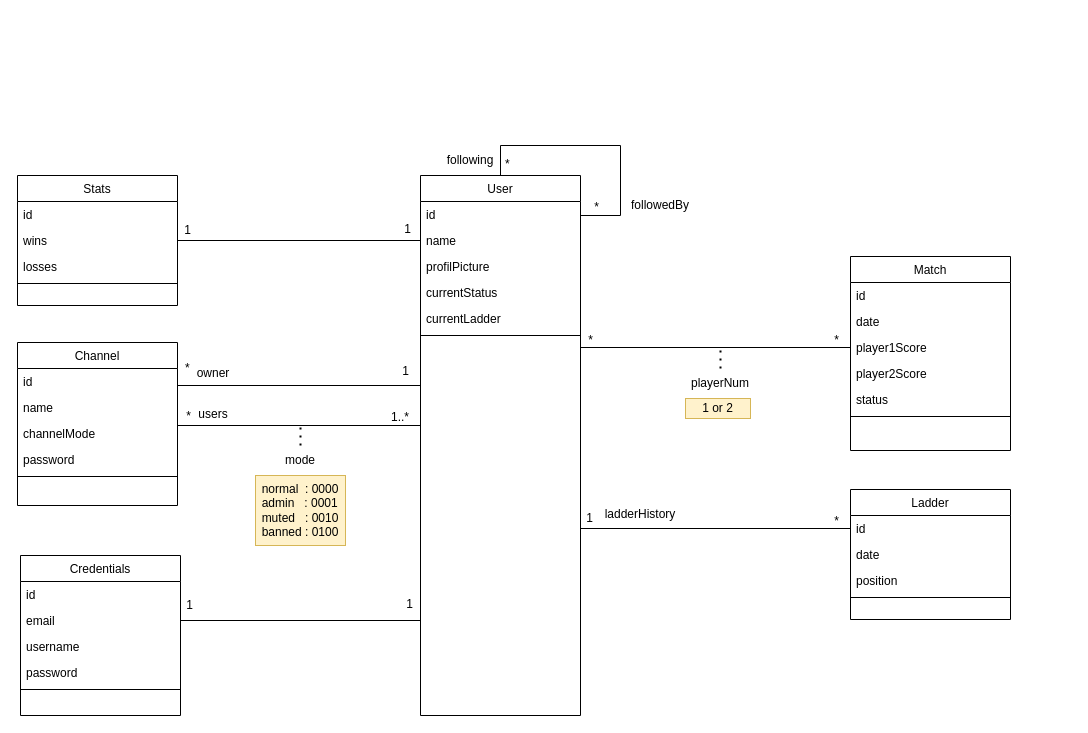
This is doc/datamodel.drawio from transcendence-42/ft_transcendence, a draw.io file, before an edit. Source tidied: cells renumbered, new cells numbered last; positions are measured from the earlier drawing's top-left corner, leaving out a move shared by most shapes. Both pictures are drawn from the tidied source at 100%, with x=0, y=0 at pixel (17, 145).
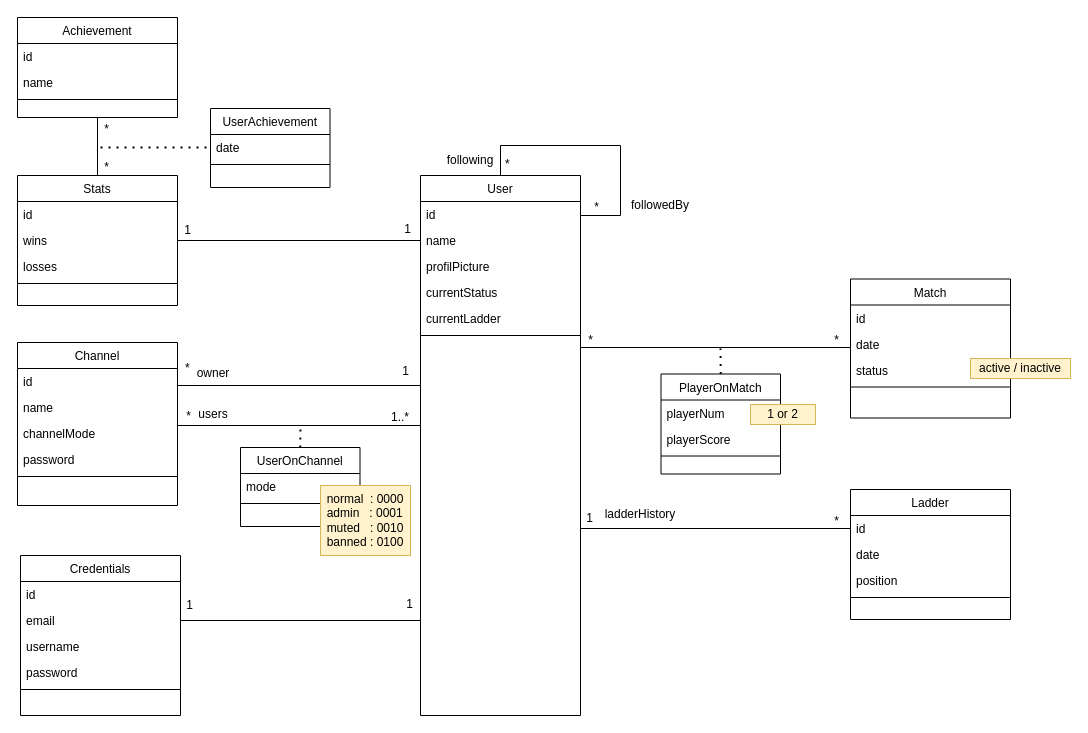
After the change.

The change refers to these unchanged cells:
```xml
<mxCell id="2" value="User" style="swimlane;fontStyle=0;align=center;verticalAlign=top;horizontal=1;startSize=26;rounded=0;shadow=0;strokeWidth=1;" parent="1" vertex="1">
  <mxGeometry x="403" y="30" width="160" height="540" as="geometry" />
</mxCell>
<mxCell id="12" value="Stats" style="swimlane;fontStyle=0;align=center;verticalAlign=top;horizontal=1;startSize=26;rounded=0;shadow=0;strokeWidth=1;" parent="1" vertex="1">
  <mxGeometry y="30" width="160" height="130" as="geometry" />
</mxCell>
```

Diff of the diagram source:
```diff
@@
-    <mxCell id="44" style="endArrow=none;dashed=1;html=1;dashPattern=1 3;strokeWidth=2;rounded=0;fillColor=#FF9999;" parent="1" edge="1">
+    <mxCell id="44" style="endArrow=none;dashed=1;html=1;dashPattern=1 3;strokeWidth=2;rounded=0;fillColor=#FF9999;exitX=0.5;exitY=0;exitDx=0;exitDy=0;" parent="1" edge="1" source="73">
       <mxGeometry relative="1" as="geometry">
-        <mxPoint x="283" y="300" as="sourcePoint" />
         <mxPoint x="283" y="280" as="targetPoint" />
       </mxGeometry>
     </mxCell>
-    <mxCell id="45" value="mode" style="text;html=1;strokeColor=none;fillColor=none;align=center;verticalAlign=middle;whiteSpace=wrap;rounded=0;" parent="1" vertex="1">
-      <mxGeometry x="253" y="300" width="60" height="30" as="geometry" />
-    </mxCell>
-    <mxCell id="46" value="&lt;div style=&quot;text-align: left;&quot;&gt;&lt;span style=&quot;background-color: initial;&quot;&gt;normal&amp;nbsp; : 0000&lt;/span&gt;&lt;/div&gt;&lt;div style=&quot;text-align: left;&quot;&gt;&lt;span style=&quot;background-color: initial;&quot;&gt;admin&amp;nbsp; &amp;nbsp;: 0001&lt;/span&gt;&lt;/div&gt;&lt;div style=&quot;text-align: left;&quot;&gt;&lt;span style=&quot;background-color: initial;&quot;&gt;muted&amp;nbsp; &amp;nbsp;: 0010&lt;/span&gt;&lt;/div&gt;&lt;div style=&quot;text-align: left;&quot;&gt;&lt;span style=&quot;background-color: initial;&quot;&gt;banned : 0100&lt;/span&gt;&lt;/div&gt;" style="text;html=1;strokeColor=#d6b656;fillColor=#fff2cc;align=center;verticalAlign=middle;whiteSpace=wrap;rounded=0;" parent="1" vertex="1">
-      <mxGeometry x="238" y="330" width="90" height="70" as="geometry" />
-    </mxCell>
@@
     <mxCell id="57" value="Match" style="swimlane;fontStyle=0;align=center;verticalAlign=top;horizontal=1;startSize=26;rounded=0;shadow=0;strokeWidth=1;" parent="1" vertex="1">
-      <mxGeometry x="833" y="111" width="160" height="194" as="geometry" />
+      <mxGeometry x="833" y="133.5" width="160" height="139" as="geometry" />
     </mxCell>
@@
-    <mxCell id="60" value="player1Score" style="text;align=left;verticalAlign=top;spacingLeft=4;spacingRight=4;overflow=hidden;points=[[0,0.5],[1,0.5]];portConstraint=eastwest;rounded=0;shadow=0;html=0;" parent="57" vertex="1">
-      <mxGeometry y="78" width="160" height="26" as="geometry" />
-    </mxCell>
-    <mxCell id="61" value="player2Score" style="text;align=left;verticalAlign=top;spacingLeft=4;spacingRight=4;overflow=hidden;rounded=0;shadow=0;html=0;" parent="57" vertex="1">
-      <mxGeometry y="104" width="160" height="26" as="geometry" />
-    </mxCell>
     <mxCell id="62" value="status" style="text;align=left;verticalAlign=top;spacingLeft=4;spacingRight=4;overflow=hidden;" parent="57" vertex="1">
-      <mxGeometry y="130" width="160" height="26" as="geometry" />
+      <mxGeometry y="78" width="160" height="26" as="geometry" />
     </mxCell>
     <mxCell id="63" style="line;html=1;strokeWidth=1;align=left;verticalAlign=middle;spacingTop=-1;spacingLeft=3;spacingRight=3;labelPosition=right;" parent="57" vertex="1">
-      <mxGeometry y="156" width="160" height="8" as="geometry" />
+      <mxGeometry y="104" width="160" height="8" as="geometry" />
     </mxCell>
-    <mxCell id="64" style="endArrow=none;html=1;rounded=0;strokeColor=#000000;fillColor=#FF9999;entryX=0;entryY=0.5;entryDx=0;entryDy=0;edgeStyle=orthogonalEdgeStyle;exitX=1;exitY=0.5;exitDx=0;exitDy=0;" parent="1" edge="1" source="2" target="60">
+    <mxCell id="64" style="endArrow=none;html=1;rounded=0;strokeColor=#000000;fillColor=#FF9999;entryX=0;entryY=0.5;entryDx=0;entryDy=0;edgeStyle=orthogonalEdgeStyle;exitX=1;exitY=0.5;exitDx=0;exitDy=0;" parent="1" edge="1" source="2">
       <mxGeometry relative="1" as="geometry">
+        <mxPoint x="833" y="202" as="targetPoint" />
         <Array as="points">
           <mxPoint x="563" y="202" />
         </Array>
       </mxGeometry>
     </mxCell>
@@
-    <mxCell id="67" style="endArrow=none;dashed=1;html=1;dashPattern=1 3;strokeWidth=2;rounded=0;fillColor=#FF9999;" parent="1" edge="1">
+    <mxCell id="67" style="endArrow=none;dashed=1;html=1;dashPattern=1 3;strokeWidth=2;rounded=0;fillColor=#FF9999;exitX=0.5;exitY=0;exitDx=0;exitDy=0;" parent="1" edge="1" source="70">
       <mxGeometry relative="1" as="geometry">
-        <mxPoint x="703" y="223" as="sourcePoint" />
         <mxPoint x="703" y="203" as="targetPoint" />
       </mxGeometry>
     </mxCell>
+    <mxCell id="70" value="PlayerOnMatch" style="swimlane;fontStyle=0;align=center;verticalAlign=top;horizontal=1;startSize=26;rounded=0;shadow=0;strokeWidth=1;" parent="1" vertex="1">
+      <mxGeometry x="643.5" y="228.5" width="119.5" height="100" as="geometry" />
+    </mxCell>
-    <mxCell id="68" value="playerNum" style="text;html=1;strokeColor=none;fillColor=none;align=center;verticalAlign=middle;whiteSpace=wrap;rounded=0;" parent="1" vertex="1">
-      <mxGeometry x="673" y="223" width="60" height="30" as="geometry" />
+    <mxCell id="68" value="playerNum" style="text;align=left;verticalAlign=top;spacingLeft=4;spacingRight=4;overflow=hidden;" parent="70" vertex="1">
+      <mxGeometry y="26" width="119.5" height="26" as="geometry" />
     </mxCell>
+    <mxCell id="71" value="playerScore" style="text;align=left;verticalAlign=top;spacingLeft=4;spacingRight=4;overflow=hidden;rounded=0;shadow=0;html=0;" parent="70" vertex="1">
+      <mxGeometry y="52" width="119.5" height="26" as="geometry" />
+    </mxCell>
+    <mxCell id="72" style="line;html=1;strokeWidth=1;align=left;verticalAlign=middle;spacingTop=-1;spacingLeft=3;spacingRight=3;labelPosition=right;" parent="70" vertex="1">
+      <mxGeometry y="78" width="119.5" height="8" as="geometry" />
+    </mxCell>
     <mxCell id="69" value="&lt;div style=&quot;text-align: left;&quot;&gt;&lt;span style=&quot;background-color: initial;&quot;&gt;1 or 2&lt;br&gt;&lt;/span&gt;&lt;/div&gt;" style="text;html=1;strokeColor=#d6b656;fillColor=#fff2cc;align=center;verticalAlign=middle;whiteSpace=wrap;rounded=0;" parent="1" vertex="1">
-      <mxGeometry x="668" y="253" width="65" height="20" as="geometry" />
+      <mxGeometry x="733" y="259" width="65" height="20" as="geometry" />
     </mxCell>
+    <mxCell id="73" value="UserOnChannel" style="swimlane;fontStyle=0;align=center;verticalAlign=top;horizontal=1;startSize=26;rounded=0;shadow=0;strokeWidth=1;" parent="1" vertex="1">
+      <mxGeometry x="223" y="302" width="119.5" height="79" as="geometry" />
+    </mxCell>
+    <mxCell id="45" value="mode" style="text;align=left;verticalAlign=top;spacingLeft=4;spacingRight=4;overflow=hidden;" parent="73" vertex="1">
+      <mxGeometry y="26" width="119.5" height="26" as="geometry" />
+    </mxCell>
+    <mxCell id="74" style="line;html=1;strokeWidth=1;align=left;verticalAlign=middle;spacingTop=-1;spacingLeft=3;spacingRight=3;labelPosition=right;" parent="73" vertex="1">
+      <mxGeometry y="52" width="119.5" height="8" as="geometry" />
+    </mxCell>
+    <mxCell id="46" value="&lt;div style=&quot;text-align: left;&quot;&gt;&lt;span style=&quot;background-color: initial;&quot;&gt;normal&amp;nbsp; : 0000&lt;/span&gt;&lt;/div&gt;&lt;div style=&quot;text-align: left;&quot;&gt;&lt;span style=&quot;background-color: initial;&quot;&gt;admin&amp;nbsp; &amp;nbsp;: 0001&lt;/span&gt;&lt;/div&gt;&lt;div style=&quot;text-align: left;&quot;&gt;&lt;span style=&quot;background-color: initial;&quot;&gt;muted&amp;nbsp; &amp;nbsp;: 0010&lt;/span&gt;&lt;/div&gt;&lt;div style=&quot;text-align: left;&quot;&gt;&lt;span style=&quot;background-color: initial;&quot;&gt;banned : 0100&lt;/span&gt;&lt;/div&gt;" style="text;html=1;strokeColor=#d6b656;fillColor=#fff2cc;align=center;verticalAlign=middle;whiteSpace=wrap;rounded=0;" parent="1" vertex="1">
+      <mxGeometry x="303" y="340" width="90" height="70" as="geometry" />
+    </mxCell>
+    <mxCell id="75" value="&lt;div style=&quot;text-align: left;&quot;&gt;&lt;span style=&quot;background-color: initial;&quot;&gt;active / inactive&lt;br&gt;&lt;/span&gt;&lt;/div&gt;" style="text;html=1;strokeColor=#d6b656;fillColor=#fff2cc;align=center;verticalAlign=middle;whiteSpace=wrap;rounded=0;" parent="1" vertex="1">
+      <mxGeometry x="953" y="213" width="100" height="20" as="geometry" />
+    </mxCell>
+    <mxCell id="76" value="Achievement" style="swimlane;fontStyle=0;align=center;verticalAlign=top;horizontal=1;startSize=26;rounded=0;shadow=0;strokeWidth=1;" parent="1" vertex="1">
+      <mxGeometry y="-128" width="160" height="100" as="geometry" />
+    </mxCell>
+    <mxCell id="77" value="id" style="text;align=left;verticalAlign=top;spacingLeft=4;spacingRight=4;overflow=hidden;" parent="76" vertex="1">
+      <mxGeometry y="26" width="160" height="26" as="geometry" />
+    </mxCell>
+    <mxCell id="78" value="name" style="text;align=left;verticalAlign=top;spacingLeft=4;spacingRight=4;overflow=hidden;rounded=0;shadow=0;html=0;" parent="76" vertex="1">
+      <mxGeometry y="52" width="160" height="26" as="geometry" />
+    </mxCell>
+    <mxCell id="79" style="line;html=1;strokeWidth=1;align=left;verticalAlign=middle;spacingTop=-1;spacingLeft=3;spacingRight=3;labelPosition=right;" parent="76" vertex="1">
+      <mxGeometry y="78" width="160" height="8" as="geometry" />
+    </mxCell>
+    <mxCell id="80" style="endArrow=none;html=1;rounded=0;strokeColor=#000000;fillColor=#FF9999;entryX=0.5;entryY=1;entryDx=0;entryDy=0;exitX=0.5;exitY=0;exitDx=0;exitDy=0;" parent="1" edge="1" source="12" target="76">
+      <mxGeometry relative="1" as="geometry" />
+    </mxCell>
+    <mxCell id="81" value="*" style="align=right;verticalAlign=bottom;labelBackgroundColor=none;fontSize=12;" parent="1" vertex="1">
+      <mxGeometry x="93" y="-8" as="geometry" />
+    </mxCell>
+    <mxCell id="82" value="*" style="align=right;verticalAlign=bottom;labelBackgroundColor=none;fontSize=12;" parent="1" vertex="1">
+      <mxGeometry x="93" y="30" as="geometry" />
+    </mxCell>
+    <mxCell id="83" value="UserAchievement" style="swimlane;fontStyle=0;align=center;verticalAlign=top;horizontal=1;startSize=26;rounded=0;shadow=0;strokeWidth=1;" parent="1" vertex="1">
+      <mxGeometry x="193" y="-37" width="119.5" height="79" as="geometry" />
+    </mxCell>
+    <mxCell id="84" value="date" style="text;align=left;verticalAlign=top;spacingLeft=4;spacingRight=4;overflow=hidden;points=[[0,0.5],[1,0.5]];portConstraint=eastwest;" parent="83" vertex="1">
+      <mxGeometry y="26" width="119.5" height="26" as="geometry" />
+    </mxCell>
+    <mxCell id="85" style="line;html=1;strokeWidth=1;align=left;verticalAlign=middle;spacingTop=-1;spacingLeft=3;spacingRight=3;labelPosition=right;" parent="83" vertex="1">
+      <mxGeometry y="52" width="119.5" height="8" as="geometry" />
+    </mxCell>
+    <mxCell id="86" style="endArrow=none;dashed=1;html=1;dashPattern=1 3;strokeWidth=2;rounded=0;fillColor=#FF9999;entryX=0;entryY=0.5;entryDx=0;entryDy=0;" parent="1" edge="1" target="84">
+      <mxGeometry relative="1" as="geometry">
+        <mxPoint x="83" y="2" as="sourcePoint" />
+      </mxGeometry>
+    </mxCell>
```
